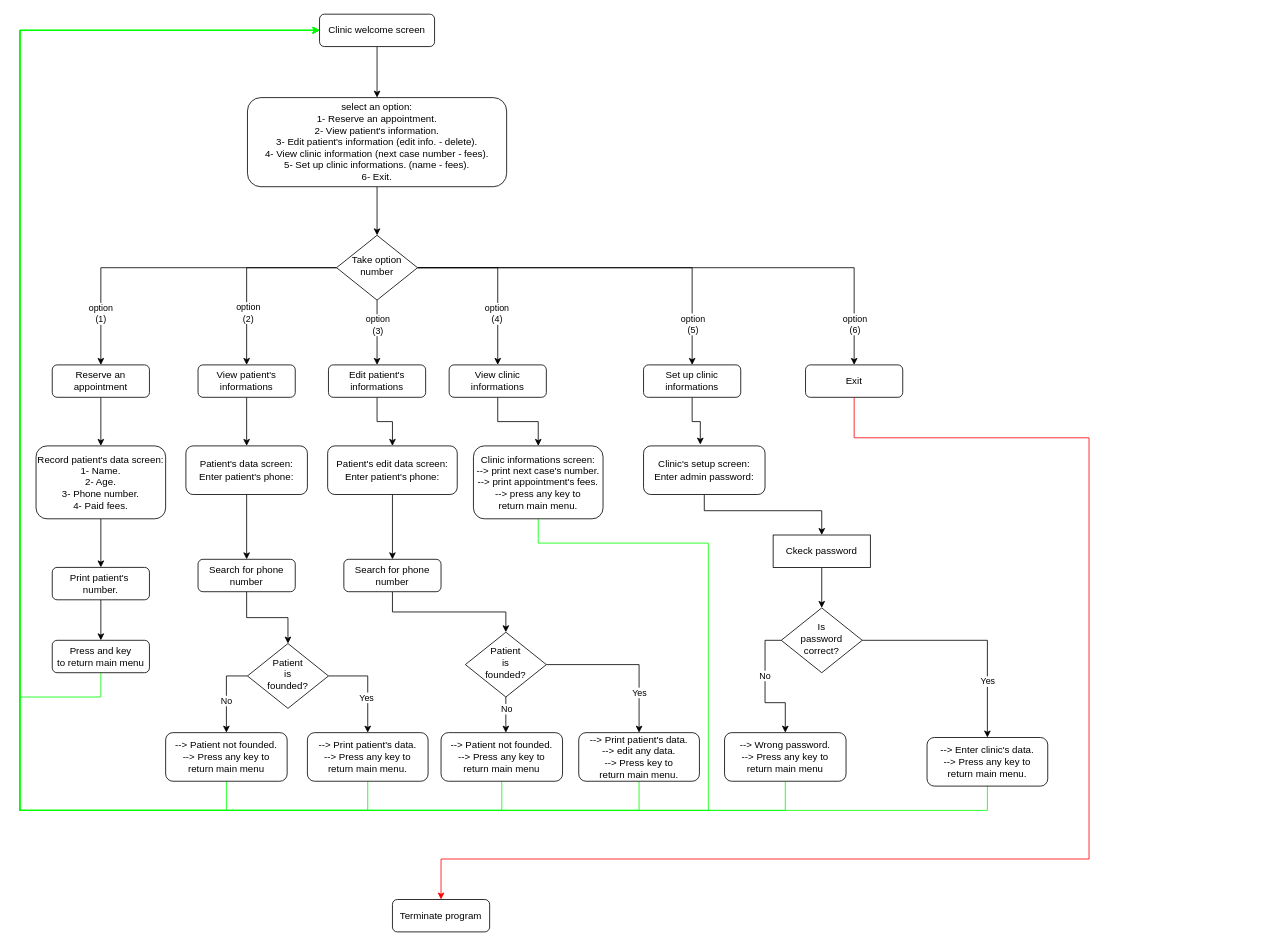
Mohamed-yasser-eisa/C-programming keeps this draw.io diagram as projects/clinic_reservation_system/clinic_reservation_system.drawio. Above is the earlier version. Source tidied: cells renumbered, new cells numbered last; positions are measured from the earlier drawing's top-left corner, leaving out a move shared by most shapes. Both pictures are drawn from the tidied source at 81%, with x=0, y=0 at pixel (19, 14).
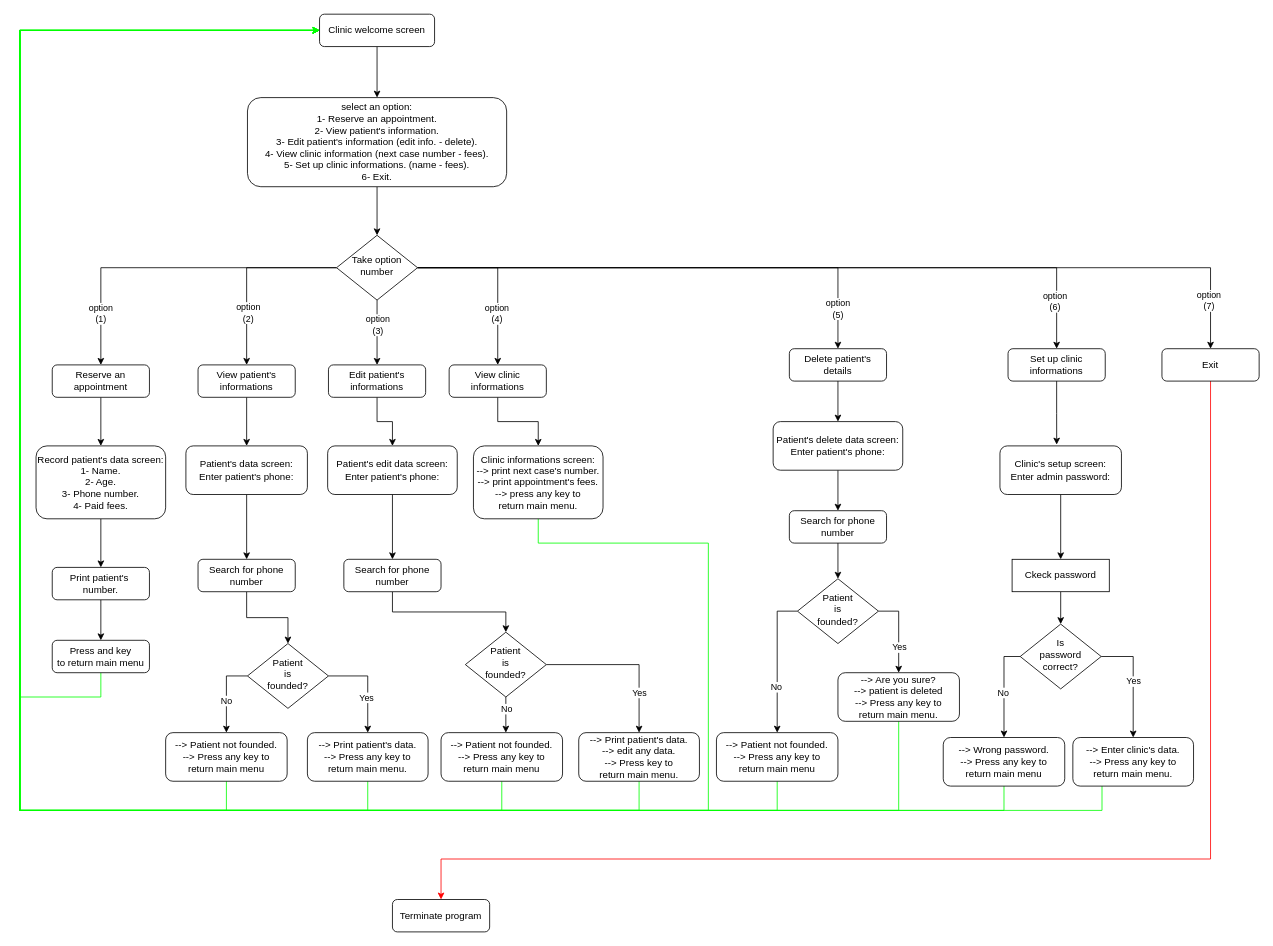
The same page after the edit.

Unchanged cells that the change refers to:
```xml
<mxCell id="3" value="Clinic welcome screen" style="rounded=1;whiteSpace=wrap;html=1;fontSize=12;glass=0;strokeWidth=1;shadow=0;" parent="1" vertex="1">
  <mxGeometry x="370" width="142" height="40" as="geometry" />
</mxCell>
<mxCell id="12" style="edgeStyle=orthogonalEdgeStyle;rounded=0;jettySize=auto;html=1;entryX=0.5;entryY=0;entryDx=0;entryDy=0;" parent="1" edge="1" source="16" target="31">
  <mxGeometry relative="1" as="geometry" />
</mxCell>
<mxCell id="14" style="edgeStyle=orthogonalEdgeStyle;rounded=0;jettySize=auto;html=1;entryX=0.5;entryY=0;entryDx=0;entryDy=0;" parent="1" edge="1" source="16" target="35">
  <mxGeometry relative="1" as="geometry" />
</mxCell>
<mxCell id="16" value="Take option&lt;br&gt;number" style="rhombus;whiteSpace=wrap;html=1;shadow=0;fontFamily=Helvetica;fontSize=12;align=center;strokeWidth=1;spacing=6;spacingTop=-4;" parent="1" vertex="1">
  <mxGeometry x="391" y="273" width="100" height="80" as="geometry" />
</mxCell>
<mxCell id="78" value="Terminate program" style="rounded=1;whiteSpace=wrap;html=1;fontSize=12;glass=0;strokeWidth=1;shadow=0;" parent="1" vertex="1">
  <mxGeometry x="460" y="1093" width="120" height="40" as="geometry" />
</mxCell>
```

The edit, as a diff of the source:
```diff
@@
-    <mxCell id="13" value="option&lt;br&gt;(5)" style="edgeLabel;html=1;align=center;verticalAlign=middle;" parent="12" vertex="1">
+    <mxCell id="13" value="option&lt;br&gt;(6)" style="edgeLabel;html=1;align=center;verticalAlign=middle;" parent="12" vertex="1">
       <mxGeometry x="0.74" relative="1" as="geometry">
-        <mxPoint y="9" as="offset" />
+        <mxPoint x="13" y="41" as="offset" />
       </mxGeometry>
     </mxCell>
@@
-    <mxCell id="15" value="option&lt;br&gt;(6)" style="edgeLabel;html=1;align=center;verticalAlign=middle;" parent="14" vertex="1">
+    <mxCell id="15" value="option&lt;br&gt;(7)" style="edgeLabel;html=1;align=center;verticalAlign=middle;" parent="14" vertex="1">
       <mxGeometry x="0.69" y="-2" relative="1" as="geometry">
-        <mxPoint x="2" y="51" as="offset" />
+        <mxPoint x="64" y="38" as="offset" />
       </mxGeometry>
     </mxCell>
+    <mxCell id="79" style="edgeStyle=orthogonalEdgeStyle;rounded=0;jettySize=auto;html=1;" parent="1" edge="1" source="16" target="84">
+      <mxGeometry relative="1" as="geometry" />
+    </mxCell>
+    <mxCell id="80" value="option&lt;br&gt;(5)" style="edgeLabel;html=1;align=center;verticalAlign=middle;" parent="79" vertex="1">
+      <mxGeometry x="0.81" y="-1" relative="1" as="geometry">
+        <mxPoint y="9" as="offset" />
+      </mxGeometry>
+    </mxCell>
@@
     <mxCell id="31" value="Set up clinic&lt;br&gt;informations" style="rounded=1;whiteSpace=wrap;html=1;fontSize=12;glass=0;strokeWidth=1;shadow=0;" parent="1" vertex="1">
-      <mxGeometry x="770" y="433" width="120" height="40" as="geometry" />
+      <mxGeometry x="1220" y="413" width="120" height="40" as="geometry" />
     </mxCell>
@@
     <mxCell id="34" style="edgeStyle=orthogonalEdgeStyle;rounded=0;jettySize=auto;html=1;entryX=0.5;entryY=0;entryDx=0;entryDy=0;strokeColor=#FF0000;" parent="1" edge="1" source="35" target="78">
       <mxGeometry relative="1" as="geometry">
         <Array as="points">
-          <mxPoint x="1030" y="523" />
-          <mxPoint x="1320" y="523" />
-          <mxPoint x="1320" y="1043" />
+          <mxPoint x="1470" y="1043" />
           <mxPoint x="520" y="1043" />
         </Array>
       </mxGeometry>
     </mxCell>
     <mxCell id="35" value="Exit" style="rounded=1;whiteSpace=wrap;html=1;fontSize=12;glass=0;strokeWidth=1;shadow=0;" parent="1" vertex="1">
-      <mxGeometry x="970" y="433" width="120" height="40" as="geometry" />
+      <mxGeometry x="1410" y="413" width="120" height="40" as="geometry" />
     </mxCell>
@@
-    <mxCell id="65" style="edgeStyle=orthogonalEdgeStyle;rounded=0;jettySize=auto;html=1;entryX=0.5;entryY=0;entryDx=0;entryDy=0;strokeColor=#000000;" parent="1" edge="1" source="66" target="68">
-      <mxGeometry relative="1" as="geometry">
-        <Array as="points">
-          <mxPoint x="845" y="613" />
-          <mxPoint x="990" y="613" />
-        </Array>
-      </mxGeometry>
+    <mxCell id="65" style="edgeStyle=orthogonalEdgeStyle;rounded=0;jettySize=auto;html=1;entryX=0.5;entryY=0;entryDx=0;entryDy=0;" parent="1" edge="1" source="66" target="68">
+      <mxGeometry relative="1" as="geometry" />
     </mxCell>
     <mxCell id="66" value="Clinic's setup screen:&lt;br&gt;Enter admin password:" style="rounded=1;whiteSpace=wrap;html=1;fontSize=12;glass=0;strokeWidth=1;shadow=0;" parent="1" vertex="1">
-      <mxGeometry x="770" y="533" width="150" height="60" as="geometry" />
+      <mxGeometry x="1210" y="533" width="150" height="60" as="geometry" />
     </mxCell>
@@
     <mxCell id="68" value="Ckeck password" style="rounded=1;whiteSpace=wrap;html=1;fontSize=12;glass=0;strokeWidth=1;shadow=0;arcSize=0;" parent="1" vertex="1">
-      <mxGeometry x="930" y="643" width="120" height="40" as="geometry" />
+      <mxGeometry x="1225" y="673" width="120" height="40" as="geometry" />
     </mxCell>
-    <mxCell id="69" style="edgeStyle=orthogonalEdgeStyle;rounded=0;jettySize=auto;html=1;entryX=0.5;entryY=0;entryDx=0;entryDy=0;strokeColor=#000000;exitX=0;exitY=0.5;exitDx=0;exitDy=0;" parent="1" edge="1" source="77" target="74">
-      <mxGeometry relative="1" as="geometry">
-        <Array as="points">
-          <mxPoint x="920" y="773" />
-          <mxPoint x="920" y="850" />
-          <mxPoint x="945" y="850" />
-        </Array>
-      </mxGeometry>
-    </mxCell>
-    <mxCell id="70" value="No" style="edgeLabel;html=1;align=center;verticalAlign=middle;" parent="69" vertex="1">
-      <mxGeometry x="0.01" y="-1" relative="1" as="geometry">
-        <mxPoint y="-17" as="offset" />
-      </mxGeometry>
-    </mxCell>
-    <mxCell id="71" style="edgeStyle=orthogonalEdgeStyle;rounded=0;jettySize=auto;html=1;entryX=0.5;entryY=0;entryDx=0;entryDy=0;strokeColor=#000000;exitX=1;exitY=0.5;exitDx=0;exitDy=0;" parent="1" edge="1" source="77" target="76">
-      <mxGeometry relative="1" as="geometry" />
-    </mxCell>
-    <mxCell id="72" value="Yes" style="edgeLabel;html=1;align=center;verticalAlign=middle;" parent="71" vertex="1">
-      <mxGeometry x="0.26" y="-2" relative="1" as="geometry">
-        <mxPoint x="2" y="32" as="offset" />
-      </mxGeometry>
-    </mxCell>
     <mxCell id="73" style="edgeStyle=orthogonalEdgeStyle;rounded=0;jettySize=auto;html=1;entryX=0;entryY=0.5;entryDx=0;entryDy=0;strokeColor=#00FF00;" parent="1" edge="1" source="74" target="3">
       <mxGeometry relative="1" as="geometry">
         <Array as="points">
-          <mxPoint x="945" y="983" />
+          <mxPoint x="1215" y="983" />
           <mxPoint y="983" />
           <mxPoint y="20" />
         </Array>
       </mxGeometry>
     </mxCell>
     <mxCell id="74" value="--&amp;gt; Wrong password.&lt;br&gt;--&amp;gt; Press any key to&lt;br&gt;return main menu" style="rounded=1;whiteSpace=wrap;html=1;fontSize=12;glass=0;strokeWidth=1;shadow=0;" parent="1" vertex="1">
-      <mxGeometry x="870" y="887" width="150" height="60" as="geometry" />
+      <mxGeometry x="1140" y="893" width="150" height="60" as="geometry" />
     </mxCell>
     <mxCell id="75" style="edgeStyle=orthogonalEdgeStyle;rounded=0;jettySize=auto;html=1;entryX=0;entryY=0.5;entryDx=0;entryDy=0;strokeColor=#00FF00;" parent="1" edge="1" source="76" target="3">
       <mxGeometry relative="1" as="geometry">
         <Array as="points">
-          <mxPoint x="1195" y="983" />
+          <mxPoint x="1336" y="983" />
           <mxPoint y="983" />
           <mxPoint y="20" />
         </Array>
       </mxGeometry>
     </mxCell>
     <mxCell id="76" value="--&amp;gt; Enter clinic's data.&lt;br&gt;--&amp;gt; Press any key to&lt;br&gt;return main menu." style="rounded=1;whiteSpace=wrap;html=1;fontSize=12;glass=0;strokeWidth=1;shadow=0;" parent="1" vertex="1">
-      <mxGeometry x="1120" y="893" width="149" height="60" as="geometry" />
+      <mxGeometry x="1300" y="893" width="149" height="60" as="geometry" />
     </mxCell>
+    <mxCell id="69" style="edgeStyle=orthogonalEdgeStyle;rounded=0;jettySize=auto;html=1;entryX=0.5;entryY=0;entryDx=0;entryDy=0;exitX=0;exitY=0.5;exitDx=0;exitDy=0;" parent="1" edge="1" source="77" target="74">
+      <mxGeometry relative="1" as="geometry" />
+    </mxCell>
+    <mxCell id="81" value="No" style="edgeLabel;html=1;align=center;verticalAlign=middle;" parent="69" vertex="1">
+      <mxGeometry x="0.06" y="-2" relative="1" as="geometry" />
+    </mxCell>
+    <mxCell id="71" style="edgeStyle=orthogonalEdgeStyle;rounded=0;jettySize=auto;html=1;entryX=0.5;entryY=0;entryDx=0;entryDy=0;exitX=1;exitY=0.5;exitDx=0;exitDy=0;" parent="1" edge="1" source="77" target="76">
+      <mxGeometry relative="1" as="geometry" />
+    </mxCell>
+    <mxCell id="82" value="Yes" style="edgeLabel;html=1;align=center;verticalAlign=middle;" parent="71" vertex="1">
+      <mxGeometry x="0.02" relative="1" as="geometry">
+        <mxPoint y="-1" as="offset" />
+      </mxGeometry>
+    </mxCell>
     <mxCell id="77" value="Is&lt;br&gt;password&lt;br&gt;correct?" style="rhombus;whiteSpace=wrap;html=1;shadow=0;fontFamily=Helvetica;fontSize=12;align=center;strokeWidth=1;spacing=6;spacingTop=-4;" parent="1" vertex="1">
-      <mxGeometry x="940" y="733" width="100" height="80" as="geometry" />
+      <mxGeometry x="1235" y="753" width="100" height="80" as="geometry" />
     </mxCell>
@@
+    <mxCell id="83" style="edgeStyle=orthogonalEdgeStyle;rounded=0;jettySize=auto;html=1;entryX=0.5;entryY=0;entryDx=0;entryDy=0;" parent="1" edge="1" source="84" target="86">
+      <mxGeometry relative="1" as="geometry" />
+    </mxCell>
+    <mxCell id="84" value="Delete patient's&lt;br&gt;details" style="rounded=1;whiteSpace=wrap;html=1;fontSize=12;glass=0;strokeWidth=1;shadow=0;" parent="1" vertex="1">
+      <mxGeometry x="950" y="413" width="120" height="40" as="geometry" />
+    </mxCell>
+    <mxCell id="85" style="edgeStyle=orthogonalEdgeStyle;rounded=0;jettySize=auto;html=1;entryX=0.5;entryY=0;entryDx=0;entryDy=0;" parent="1" edge="1" source="86" target="88">
+      <mxGeometry relative="1" as="geometry" />
+    </mxCell>
+    <mxCell id="86" value="Patient's delete data screen:&lt;br&gt;Enter patient's phone:" style="rounded=1;whiteSpace=wrap;html=1;fontSize=12;glass=0;strokeWidth=1;shadow=0;" parent="1" vertex="1">
+      <mxGeometry x="930" y="503" width="160" height="60" as="geometry" />
+    </mxCell>
+    <mxCell id="87" style="edgeStyle=orthogonalEdgeStyle;rounded=0;jettySize=auto;html=1;entryX=0.5;entryY=0;entryDx=0;entryDy=0;" parent="1" edge="1" source="88" target="93">
+      <mxGeometry relative="1" as="geometry" />
+    </mxCell>
+    <mxCell id="88" value="Search for phone&lt;br&gt;number" style="rounded=1;whiteSpace=wrap;html=1;fontSize=12;glass=0;strokeWidth=1;shadow=0;" parent="1" vertex="1">
+      <mxGeometry x="950" y="613" width="120" height="40" as="geometry" />
+    </mxCell>
+    <mxCell id="89" style="edgeStyle=orthogonalEdgeStyle;rounded=0;jettySize=auto;html=1;exitX=0;exitY=0.5;exitDx=0;exitDy=0;" parent="1" edge="1" source="93" target="97">
+      <mxGeometry relative="1" as="geometry" />
+    </mxCell>
+    <mxCell id="90" value="No" style="edgeLabel;html=1;align=center;verticalAlign=middle;" parent="89" vertex="1">
+      <mxGeometry x="0.35" y="-2" relative="1" as="geometry" />
+    </mxCell>
+    <mxCell id="91" style="edgeStyle=orthogonalEdgeStyle;rounded=0;jettySize=auto;html=1;entryX=0.5;entryY=0;entryDx=0;entryDy=0;exitX=1;exitY=0.5;exitDx=0;exitDy=0;" parent="1" edge="1" source="93" target="95">
+      <mxGeometry relative="1" as="geometry" />
+    </mxCell>
+    <mxCell id="92" value="Yes" style="edgeLabel;html=1;align=center;verticalAlign=middle;" parent="91" vertex="1">
+      <mxGeometry x="0.36" relative="1" as="geometry" />
+    </mxCell>
+    <mxCell id="93" value="Patient&lt;br&gt;is&lt;br&gt;founded?" style="rhombus;whiteSpace=wrap;html=1;shadow=0;fontFamily=Helvetica;fontSize=12;align=center;strokeWidth=1;spacing=6;spacingTop=-4;" parent="1" vertex="1">
+      <mxGeometry x="960" y="697" width="100" height="80" as="geometry" />
+    </mxCell>
+    <mxCell id="94" style="edgeStyle=orthogonalEdgeStyle;rounded=0;jettySize=auto;html=1;entryX=0;entryY=0.5;entryDx=0;entryDy=0;strokeColor=#00FF00;" parent="1" edge="1" source="95" target="3">
+      <mxGeometry relative="1" as="geometry">
+        <Array as="points">
+          <mxPoint x="1085" y="983" />
+          <mxPoint y="983" />
+          <mxPoint y="20" />
+        </Array>
+      </mxGeometry>
+    </mxCell>
+    <mxCell id="95" value="--&amp;gt; Are you sure?&lt;br&gt;--&amp;gt; patient is deleted&lt;br&gt;--&amp;gt; Press any key to&lt;br&gt;return main menu." style="rounded=1;whiteSpace=wrap;html=1;fontSize=12;glass=0;strokeWidth=1;shadow=0;" parent="1" vertex="1">
+      <mxGeometry x="1010" y="813" width="150" height="60" as="geometry" />
+    </mxCell>
+    <mxCell id="96" style="edgeStyle=orthogonalEdgeStyle;rounded=0;jettySize=auto;html=1;entryX=0;entryY=0.5;entryDx=0;entryDy=0;strokeColor=#00FF00;" parent="1" edge="1" source="97" target="3">
+      <mxGeometry relative="1" as="geometry">
+        <Array as="points">
+          <mxPoint x="935" y="983" />
+          <mxPoint y="983" />
+          <mxPoint y="20" />
+        </Array>
+      </mxGeometry>
+    </mxCell>
+    <mxCell id="97" value="--&amp;gt; Patient not founded.&lt;br&gt;--&amp;gt; Press any key to&lt;br&gt;return main menu" style="rounded=1;whiteSpace=wrap;html=1;fontSize=12;glass=0;strokeWidth=1;shadow=0;" parent="1" vertex="1">
+      <mxGeometry x="860" y="887" width="150" height="60" as="geometry" />
+    </mxCell>
```
